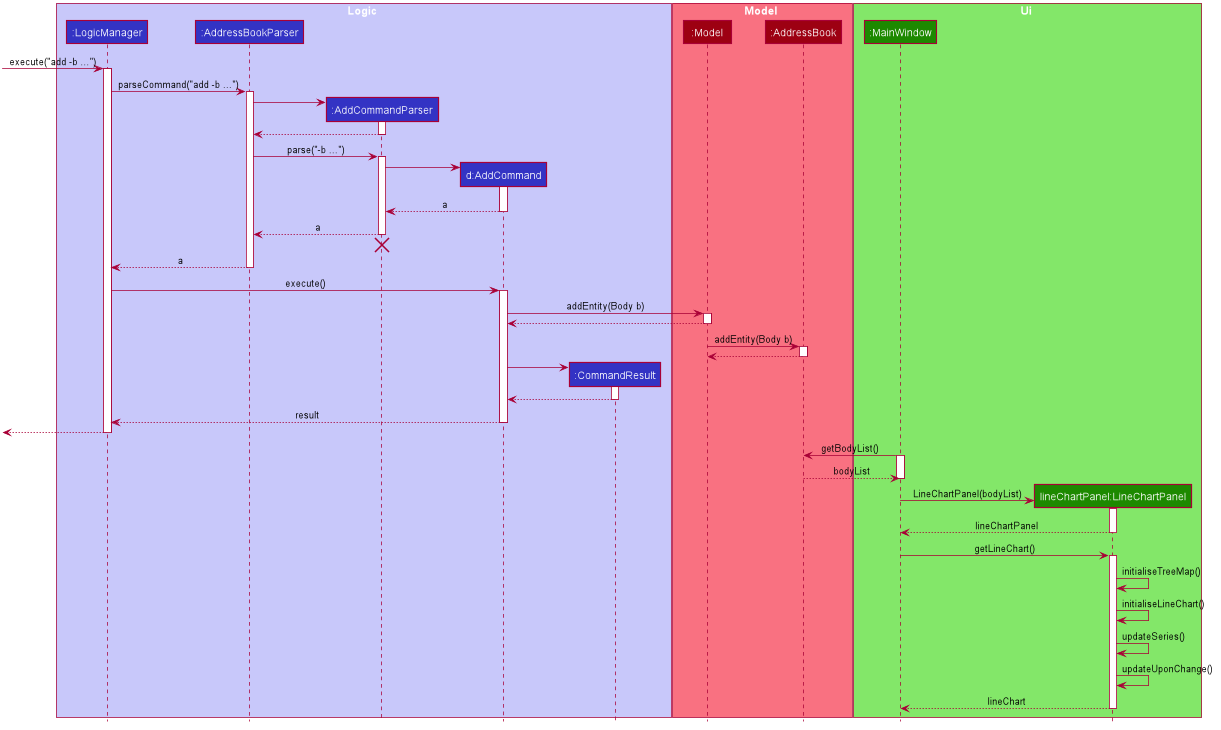
Above: images/LineChartAddBodySequenceDiagram.png in AY1920S1-CS2103T-T13-2/main (PlantUML), before the change. The source it was exported from:
```plantuml
@startuml








skinparam BackgroundColor #FFFFFFF

skinparam Shadowing false

skinparam Class {
    FontColor #FFFFFF
    BorderThickness 1
    BorderColor #FFFFFF
    StereotypeFontColor #FFFFFF
    FontName Arial
}

skinparam Actor {
    BorderColor #000000
    Color #000000
    FontName Arial
}

skinparam Sequence {
    MessageAlign center
    BoxFontSize 15
    BoxPadding 0
    BoxFontColor #FFFFFF
    FontName Arial
}

skinparam Participant {
    FontColor #FFFFFFF
    Padding 20
}

skinparam MinClassWidth 50
skinparam ParticipantPadding 10
skinparam Shadowing false
skinparam DefaultTextAlignment center
skinparam packageStyle Rectangle

hide footbox
hide members
hide circle

box Logic #C8C8FA
participant ":LogicManager" as LogicManager #3333C4
participant ":AddressBookParser" as AddressBookParser #3333C4
participant ":AddCommandParser" as AddCommandParser #3333C4
participant "d:AddCommand" as AddCommand #3333C4
participant ":CommandResult" as CommandResult #3333C4
end box

box Model #F97181
participant ":Model" as Model #9D0012
participant ":AddressBook" as AddressBook #9D0012
end box

box Ui #83E769
participant ":MainWindow" as MainWindow #1D8900
participant "lineChartPanel:LineChartPanel" as LineChartPanel #1D8900

end box

[-> LogicManager : execute("add -b ...")
activate LogicManager

LogicManager -> AddressBookParser : parseCommand("add -b ...")
activate AddressBookParser

create AddCommandParser
AddressBookParser -> AddCommandParser
activate AddCommandParser

AddCommandParser --> AddressBookParser
deactivate AddCommandParser

AddressBookParser -> AddCommandParser : parse("-b ...")
activate AddCommandParser

create AddCommand
AddCommandParser -> AddCommand
activate AddCommand

AddCommand --> AddCommandParser : a
deactivate AddCommand

AddCommandParser --> AddressBookParser : a
deactivate AddCommandParser
AddCommandParser -[hidden]-> AddressBookParser
destroy AddCommandParser

AddressBookParser --> LogicManager : a
deactivate AddressBookParser

LogicManager -> AddCommand : execute()
activate AddCommand

AddCommand -> Model : addEntity(Body b)
activate Model

Model --> AddCommand
deactivate Model

Model -> AddressBook : addEntity(Body b)
activate AddressBook

AddressBook --> Model
deactivate AddressBook

create CommandResult
AddCommand -> CommandResult
activate CommandResult

CommandResult --> AddCommand
deactivate CommandResult

AddCommand --> LogicManager : result
deactivate AddCommand

[<--LogicManager
deactivate LogicManager

MainWindow -> AddressBook : getBodyList()
activate MainWindow
AddressBook --> MainWindow : bodyList
deactivate MainWindow

create LineChartPanel
MainWindow -> LineChartPanel : LineChartPanel(bodyList)
activate LineChartPanel

LineChartPanel --> MainWindow : lineChartPanel
deactivate LineChartPanel

MainWindow -> LineChartPanel : getLineChart()
activate LineChartPanel

LineChartPanel -> LineChartPanel: initialiseTreeMap()

LineChartPanel -> LineChartPanel: initialiseLineChart()

LineChartPanel -> LineChartPanel: updateSeries()

LineChartPanel -> LineChartPanel: updateUponChange()

LineChartPanel --> MainWindow : lineChart
deactivate LineChartPanel

@enduml
```
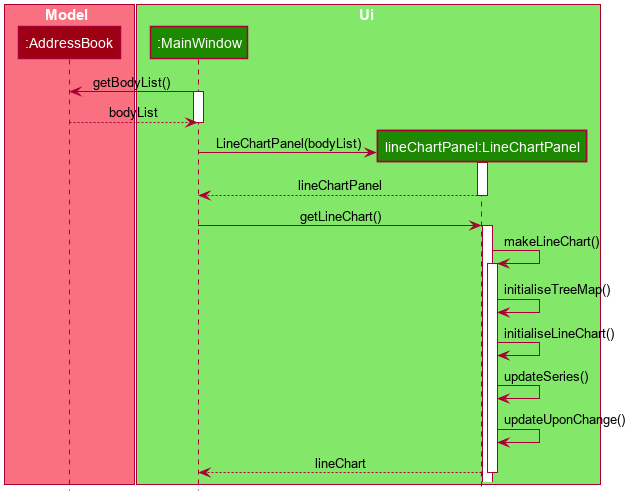
After the change.

Diff of the diagram source:
```diff
@@ -48,16 +48,7 @@
 hide members
 hide circle
 
-box Logic #C8C8FA
-participant ":LogicManager" as LogicManager #3333C4
-participant ":AddressBookParser" as AddressBookParser #3333C4
-participant ":AddCommandParser" as AddCommandParser #3333C4
-participant "d:AddCommand" as AddCommand #3333C4
-participant ":CommandResult" as CommandResult #3333C4
-end box
-
 box Model #F97181
-participant ":Model" as Model #9D0012
 participant ":AddressBook" as AddressBook #9D0012
 end box
 
@@ -67,67 +58,10 @@
 
 end box
 
-[-> LogicManager : execute("add -b ...")
-activate LogicManager
-
-LogicManager -> AddressBookParser : parseCommand("add -b ...")
-activate AddressBookParser
-
-create AddCommandParser
-AddressBookParser -> AddCommandParser
-activate AddCommandParser
-
-AddCommandParser --> AddressBookParser
-deactivate AddCommandParser
-
-AddressBookParser -> AddCommandParser : parse("-b ...")
-activate AddCommandParser
-
-create AddCommand
-AddCommandParser -> AddCommand
-activate AddCommand
-
-AddCommand --> AddCommandParser : a
-deactivate AddCommand
-
-AddCommandParser --> AddressBookParser : a
-deactivate AddCommandParser
-AddCommandParser -[hidden]-> AddressBookParser
-destroy AddCommandParser
-
-AddressBookParser --> LogicManager : a
-deactivate AddressBookParser
-
-LogicManager -> AddCommand : execute()
-activate AddCommand
-
-AddCommand -> Model : addEntity(Body b)
-activate Model
-
-Model --> AddCommand
-deactivate Model
-
-Model -> AddressBook : addEntity(Body b)
-activate AddressBook
-
-AddressBook --> Model
-deactivate AddressBook
-
-create CommandResult
-AddCommand -> CommandResult
-activate CommandResult
-
-CommandResult --> AddCommand
-deactivate CommandResult
-
-AddCommand --> LogicManager : result
-deactivate AddCommand
-
-[<--LogicManager
-deactivate LogicManager
-
 MainWindow -> AddressBook : getBodyList()
 activate MainWindow
+
+
 AddressBook --> MainWindow : bodyList
 deactivate MainWindow
 
@@ -141,6 +75,11 @@
 MainWindow -> LineChartPanel : getLineChart()
 activate LineChartPanel
 
+activate LineChartPanel
+
+LineChartPanel -> LineChartPanel: makeLineChart()
+
+activate LineChartPanel
 LineChartPanel -> LineChartPanel: initialiseTreeMap()
 
 LineChartPanel -> LineChartPanel: initialiseLineChart()
```
